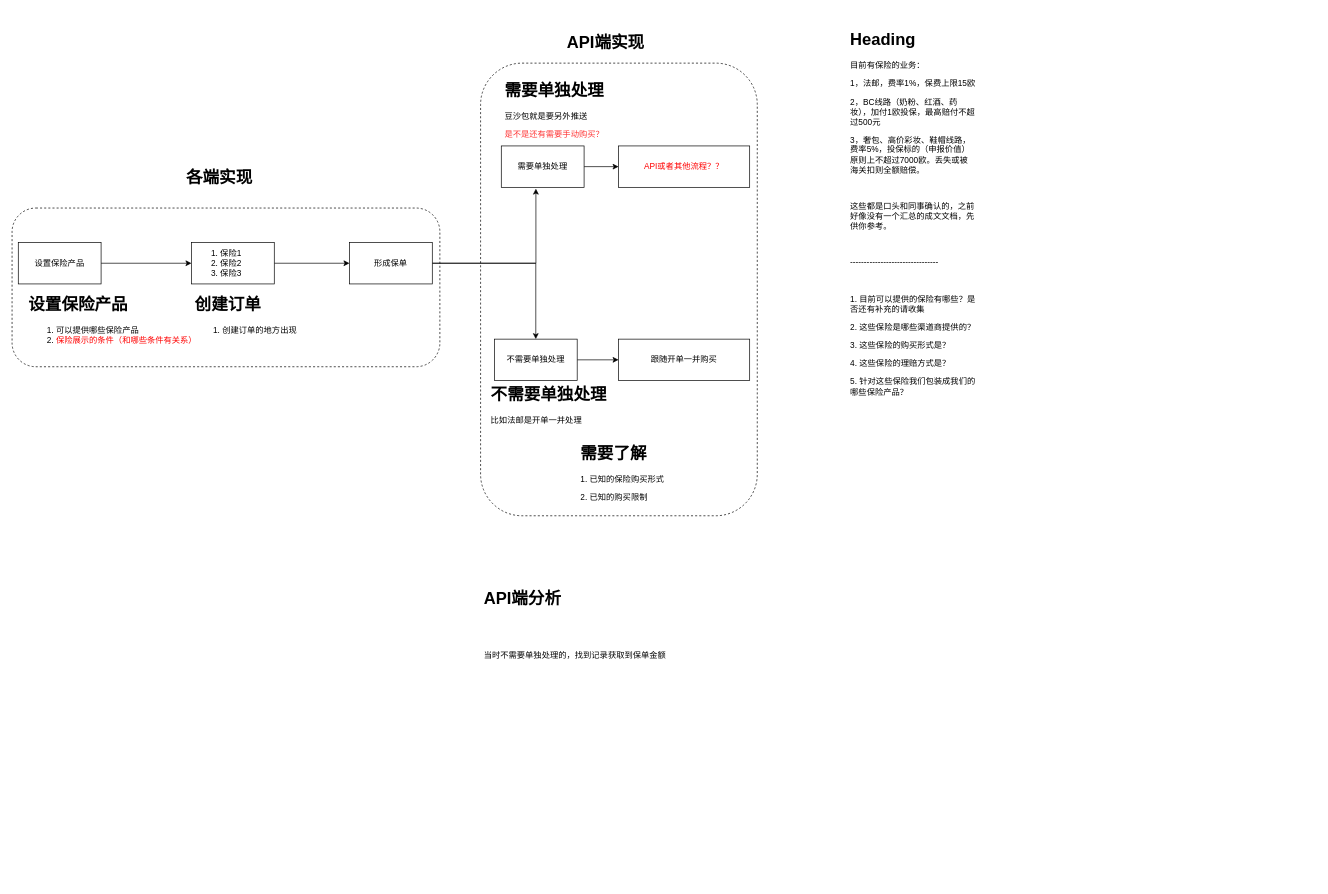
Above: Edockey/Insurance.drawio in maclxf/ProjectDraw (draw.io), before the change. Source tidied: cells renumbered, new cells numbered last; positions are measured from the earlier drawing's top-left corner, leaving out a move shared by most shapes. Both pictures are drawn from the tidied source at 69%, with x=0, y=0 at pixel (12, 26).
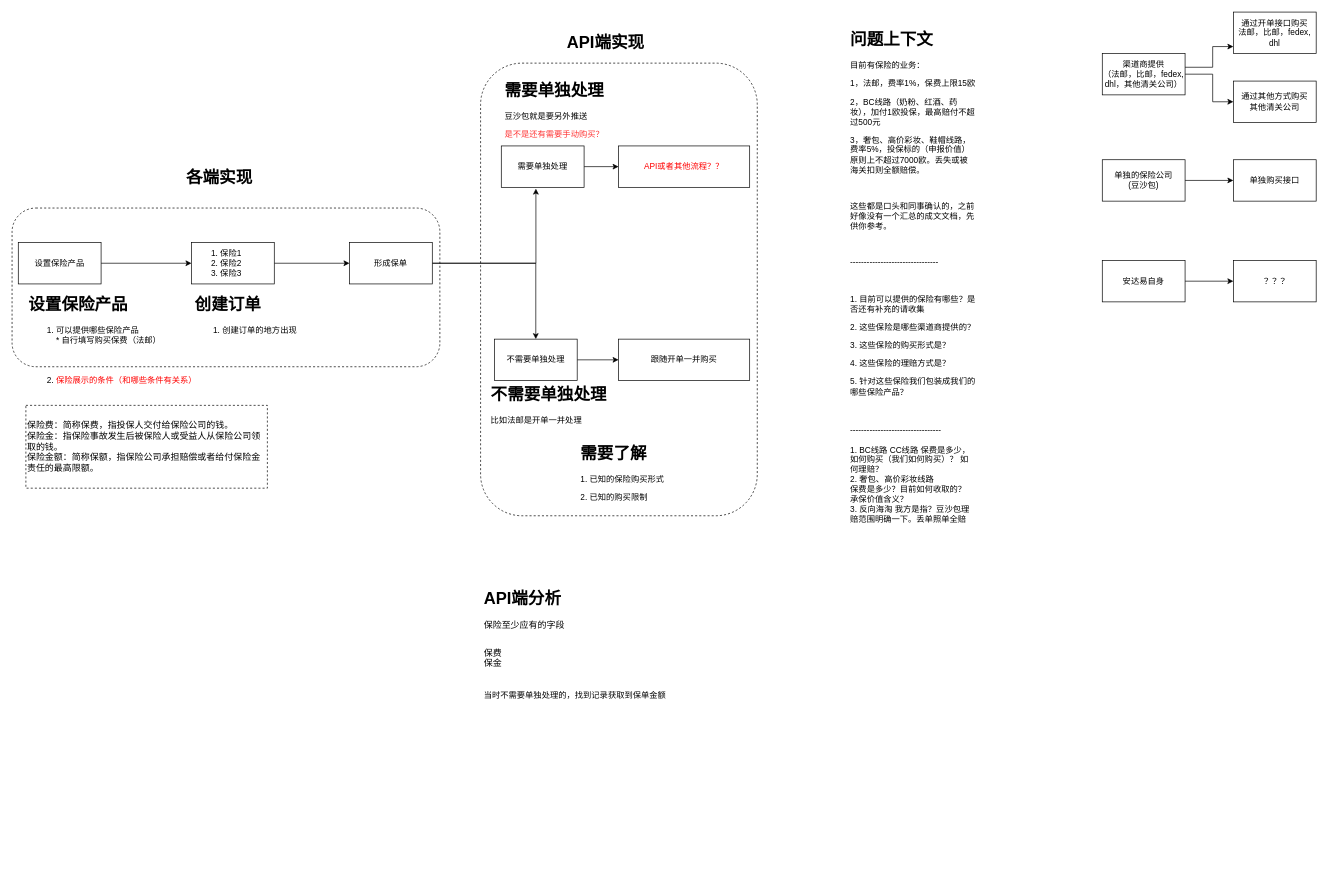
The same diagram, later.

What changed in the source:
```diff
@@
-    <mxCell id="23" value="&lt;h1&gt;设置保险产品&lt;/h1&gt;&lt;p&gt;&lt;/p&gt;&lt;ol&gt;&lt;li&gt;可以提供哪些保险产品&lt;/li&gt;&lt;li&gt;&lt;font color=&quot;#ff0000&quot;&gt;保险展示的条件（和哪些条件有关系）&lt;/font&gt;&lt;/li&gt;&lt;/ol&gt;&lt;p&gt;&lt;/p&gt;" style="text;html=1;strokeColor=none;fillColor=none;spacing=5;spacingTop=-20;whiteSpace=wrap;overflow=hidden;rounded=0;" parent="1" vertex="1">
-      <mxGeometry x="19" y="384" width="260" height="120" as="geometry" />
+    <mxCell id="23" value="&lt;h1&gt;设置保险产品&lt;/h1&gt;&lt;p&gt;&lt;/p&gt;&lt;ol&gt;&lt;li&gt;可以提供哪些保险产品&lt;br&gt;* 自行填写购买保费（法邮）&lt;br&gt;&lt;br&gt;&lt;br&gt;&lt;br&gt;&lt;/li&gt;&lt;li&gt;&lt;font color=&quot;#ff0000&quot;&gt;保险展示的条件（和哪些条件有关系）&lt;/font&gt;&lt;/li&gt;&lt;/ol&gt;&lt;p&gt;&lt;/p&gt;" style="text;html=1;strokeColor=none;fillColor=none;spacing=5;spacingTop=-20;whiteSpace=wrap;overflow=hidden;rounded=0;" parent="1" vertex="1">
+      <mxGeometry x="19" y="384" width="260" height="146" as="geometry" />
     </mxCell>
-    <mxCell id="24" value="&lt;h1&gt;Heading&lt;/h1&gt;&lt;p&gt;&lt;span&gt;目前有保险的业务：&lt;/span&gt;&lt;/p&gt;&lt;p&gt;1，法邮，费率1%，保费上限15欧&lt;/p&gt;&lt;p&gt;2，BC线路（奶粉、红酒、药妆），加付1欧投保，最高赔付不超过500元&lt;/p&gt;&lt;p&gt;3，奢包、高价彩妆、鞋帽线路，费率5%，投保标的（申报价值）原则上不超过7000欧。丢失或被海关扣则全额赔偿。&lt;/p&gt;&lt;p&gt;&lt;br&gt;&lt;/p&gt;&lt;p&gt;这些都是口头和同事确认的，之前好像没有一个汇总的成文文档，先供你参考。&lt;/p&gt;&lt;p&gt;&lt;br&gt;&lt;/p&gt;&lt;p&gt;----&lt;span&gt;----&lt;/span&gt;&lt;span&gt;----&lt;/span&gt;&lt;span&gt;----&lt;/span&gt;&lt;span&gt;----&lt;/span&gt;&lt;span&gt;----&lt;/span&gt;&lt;span&gt;----&lt;/span&gt;&lt;span&gt;----&lt;/span&gt;&lt;/p&gt;&lt;div&gt;&lt;br&gt;&lt;/div&gt;&lt;p&gt;&lt;span&gt;1. 目前可以提供的保险有哪些？是否还有补充的请收集&lt;/span&gt;&lt;/p&gt;&lt;p&gt;2. 这些保险是哪些渠道商提供的？&lt;/p&gt;&lt;p&gt;3. 这些保险的购买形式是？&lt;/p&gt;&lt;p&gt;4. 这些保险的理赔方式是？&lt;/p&gt;&lt;p&gt;5. 针对这些保险我们包装成我们的哪些保险产品？&lt;/p&gt;&lt;div&gt;&lt;br&gt;&lt;/div&gt;" style="text;html=1;strokeColor=none;fillColor=none;spacing=5;spacingTop=-20;whiteSpace=wrap;overflow=hidden;rounded=0;align=left;" parent="1" vertex="1">
-      <mxGeometry x="1210" width="190" height="590" as="geometry" />
+    <mxCell id="24" value="&lt;h1&gt;问题上下文&lt;/h1&gt;&lt;p&gt;&lt;span&gt;目前有保险的业务：&lt;/span&gt;&lt;/p&gt;&lt;p&gt;1，法邮，费率1%，保费上限15欧&lt;/p&gt;&lt;p&gt;2，BC线路（奶粉、红酒、药妆），加付1欧投保，最高赔付不超过500元&lt;/p&gt;&lt;p&gt;3，奢包、高价彩妆、鞋帽线路，费率5%，投保标的（申报价值）原则上不超过7000欧。丢失或被海关扣则全额赔偿。&lt;/p&gt;&lt;p&gt;&lt;br&gt;&lt;/p&gt;&lt;p&gt;这些都是口头和同事确认的，之前好像没有一个汇总的成文文档，先供你参考。&lt;/p&gt;&lt;p&gt;&lt;br&gt;&lt;/p&gt;&lt;p&gt;----&lt;span&gt;----&lt;/span&gt;&lt;span&gt;----&lt;/span&gt;&lt;span&gt;----&lt;/span&gt;&lt;span&gt;----&lt;/span&gt;&lt;span&gt;----&lt;/span&gt;&lt;span&gt;----&lt;/span&gt;&lt;span&gt;----&lt;/span&gt;&lt;/p&gt;&lt;div&gt;&lt;br&gt;&lt;/div&gt;&lt;p&gt;&lt;span&gt;1. 目前可以提供的保险有哪些？是否还有补充的请收集&lt;/span&gt;&lt;/p&gt;&lt;p&gt;2. 这些保险是哪些渠道商提供的？&lt;/p&gt;&lt;p&gt;3. 这些保险的购买形式是？&lt;/p&gt;&lt;p&gt;4. 这些保险的理赔方式是？&lt;/p&gt;&lt;p&gt;5. 针对这些保险我们包装成我们的哪些保险产品？&lt;/p&gt;&lt;div&gt;&lt;br&gt;&lt;/div&gt;&lt;div&gt;&lt;br&gt;&lt;/div&gt;&lt;div&gt;---------------------------------&lt;/div&gt;&lt;div&gt;&lt;br&gt;&lt;/div&gt;&lt;div&gt;1. BC线路 CC线路 保费是多少，如何购买（我们如何购买）？ 如何理赔？&lt;br&gt;&lt;/div&gt;&lt;div&gt;2.&amp;nbsp;奢包、高价彩妆线路&amp;nbsp;&lt;/div&gt;保费是多少？目前如何收取的？&lt;br&gt;承保价值含义？&lt;br&gt;3. 反向海淘 我方是指？豆沙包理赔范围明确一下。丢单照单全赔" style="text;html=1;strokeColor=none;fillColor=none;spacing=5;spacingTop=-20;whiteSpace=wrap;overflow=hidden;rounded=0;align=left;" parent="1" vertex="1">
+      <mxGeometry x="1210" width="190" height="780" as="geometry" />
     </mxCell>
-    <mxCell id="25" value="&lt;h1&gt;&lt;span&gt;API端分析&lt;/span&gt;&lt;/h1&gt;&lt;h1&gt;&lt;br&gt;&lt;/h1&gt;&lt;div&gt;当时不需要单独处理的，找到记录获取到保单金额&lt;/div&gt;" style="text;html=1;strokeColor=none;fillColor=none;spacing=5;spacingTop=-20;whiteSpace=wrap;overflow=hidden;rounded=0;dashed=1;" parent="1" vertex="1">
+    <mxCell id="25" value="&lt;h1&gt;&lt;span&gt;API端分析&lt;/span&gt;&lt;/h1&gt;&lt;h1 style=&quot;font-size: 13px&quot;&gt;&lt;font style=&quot;font-size: 13px ; font-weight: normal&quot;&gt;保险至少应有的字段&lt;/font&gt;&lt;/h1&gt;&lt;div&gt;&lt;font style=&quot;font-size: 13px ; font-weight: normal&quot;&gt;&lt;br&gt;&lt;/font&gt;&lt;/div&gt;&lt;div&gt;&lt;font style=&quot;font-size: 13px ; font-weight: normal&quot;&gt;保费&lt;/font&gt;&lt;/div&gt;&lt;div&gt;&lt;font style=&quot;font-size: 13px ; font-weight: normal&quot;&gt;保金&lt;/font&gt;&lt;/div&gt;&lt;div&gt;&lt;font style=&quot;font-size: 13px ; font-weight: normal&quot;&gt;&lt;br&gt;&lt;/font&gt;&lt;/div&gt;&lt;div style=&quot;font-size: 13px&quot;&gt;&lt;br&gt;&lt;/div&gt;&lt;div&gt;当时不需要单独处理的，找到记录获取到保单金额&lt;/div&gt;" style="text;html=1;strokeColor=none;fillColor=none;spacing=5;spacingTop=-20;whiteSpace=wrap;overflow=hidden;rounded=0;dashed=1;" parent="1" vertex="1">
       <mxGeometry x="679" y="810" width="361" height="430" as="geometry" />
     </mxCell>
+    <mxCell id="26" value="&lt;div&gt;&lt;font face=&quot;arial, sans-serif&quot;&gt;&lt;span style=&quot;font-size: 13px&quot;&gt;保险费：简称保费，指投保人交付给保险公司的钱。&lt;/span&gt;&lt;/font&gt;&lt;/div&gt;&lt;div&gt;&lt;font face=&quot;arial, sans-serif&quot;&gt;&lt;span style=&quot;font-size: 13px&quot;&gt;保险金：指保险事故发生后被保险人或受益人从保险公司领取的钱。&lt;/span&gt;&lt;/font&gt;&lt;/div&gt;&lt;div&gt;&lt;font face=&quot;arial, sans-serif&quot;&gt;&lt;span style=&quot;font-size: 13px&quot;&gt;保险金额：简称保额，指保险公司承担赔偿或者给付保险金责任的最高限额。&lt;/span&gt;&lt;/font&gt;&lt;/div&gt;" style="whiteSpace=wrap;html=1;dashed=1;align=left;" parent="1" vertex="1">
+      <mxGeometry x="20" y="550" width="350" height="120" as="geometry" />
+    </mxCell>
+    <mxCell id="27" style="edgeStyle=orthogonalEdgeStyle;rounded=0;jettySize=auto;html=1;fontColor=#000000;" parent="1" edge="1" source="29" target="34">
+      <mxGeometry relative="1" as="geometry">
+        <Array as="points">
+          <mxPoint x="1740" y="60" />
+          <mxPoint x="1740" y="30" />
+        </Array>
+      </mxGeometry>
+    </mxCell>
+    <mxCell id="28" style="edgeStyle=orthogonalEdgeStyle;rounded=0;jettySize=auto;html=1;fontColor=#000000;" parent="1" edge="1" source="29" target="35">
+      <mxGeometry relative="1" as="geometry">
+        <Array as="points">
+          <mxPoint x="1740" y="70" />
+          <mxPoint x="1740" y="110" />
+        </Array>
+      </mxGeometry>
+    </mxCell>
+    <mxCell id="29" value="渠道商提供&lt;br&gt;（法邮，比邮，fedex, dhl，其他清关公司）" style="rounded=0;whiteSpace=wrap;html=1;align=center;" parent="1" vertex="1">
+      <mxGeometry x="1580" y="40" width="120" height="60" as="geometry" />
+    </mxCell>
+    <mxCell id="30" style="edgeStyle=orthogonalEdgeStyle;rounded=0;jettySize=auto;html=1;fontColor=#000000;" parent="1" edge="1" source="31" target="36">
+      <mxGeometry relative="1" as="geometry" />
+    </mxCell>
+    <mxCell id="31" value="单独的保险公司&lt;br&gt;(豆沙包)" style="rounded=0;whiteSpace=wrap;html=1;fontColor=#000000;align=center;" parent="1" vertex="1">
+      <mxGeometry x="1580" y="194" width="120" height="60" as="geometry" />
+    </mxCell>
+    <mxCell id="32" style="edgeStyle=orthogonalEdgeStyle;rounded=0;jettySize=auto;html=1;fontColor=#000000;" parent="1" edge="1" source="33" target="37">
+      <mxGeometry relative="1" as="geometry" />
+    </mxCell>
+    <mxCell id="33" value="安达易自身" style="rounded=0;whiteSpace=wrap;html=1;fontColor=#000000;align=center;" parent="1" vertex="1">
+      <mxGeometry x="1580" y="340" width="120" height="60" as="geometry" />
+    </mxCell>
+    <mxCell id="34" value="通过开单接口购买&lt;br&gt;法邮，比邮，fedex, dhl" style="rounded=0;whiteSpace=wrap;html=1;" parent="1" vertex="1">
+      <mxGeometry x="1770" y="-20" width="120" height="60" as="geometry" />
+    </mxCell>
+    <mxCell id="35" value="&lt;span&gt;通过其他方式购买&lt;br&gt;&lt;/span&gt;其他清关公司&lt;span&gt;&lt;br&gt;&lt;/span&gt;" style="rounded=0;whiteSpace=wrap;html=1;" parent="1" vertex="1">
+      <mxGeometry x="1770" y="80" width="120" height="60" as="geometry" />
+    </mxCell>
+    <mxCell id="36" value="单独购买接口" style="rounded=0;whiteSpace=wrap;html=1;" parent="1" vertex="1">
+      <mxGeometry x="1770" y="194" width="120" height="60" as="geometry" />
+    </mxCell>
+    <mxCell id="37" value="？？？" style="rounded=0;whiteSpace=wrap;html=1;fontColor=#000000;align=center;" parent="1" vertex="1">
+      <mxGeometry x="1770" y="340" width="120" height="60" as="geometry" />
+    </mxCell>
```
